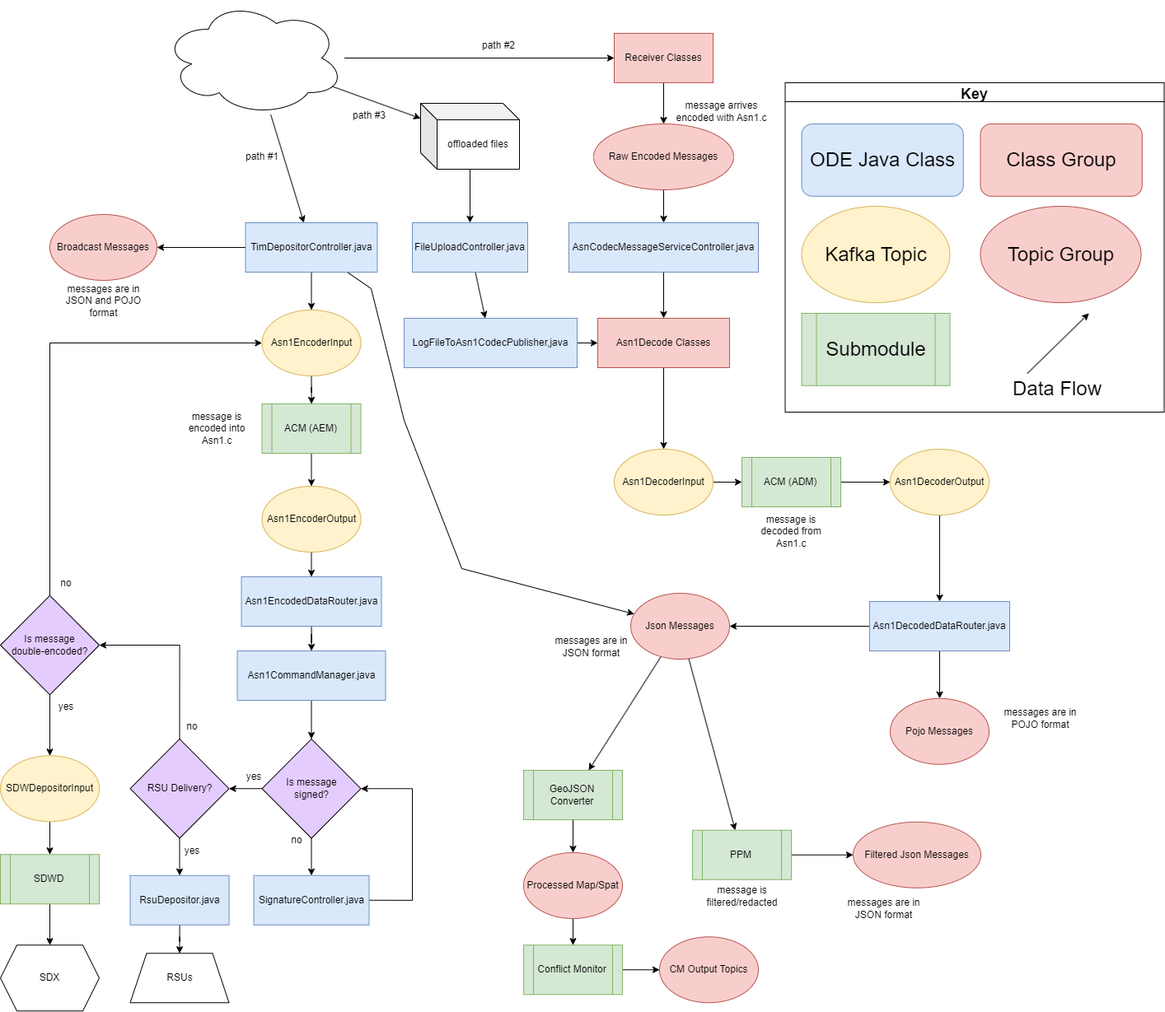
Above: docs/data-flow-diagrams/ODE Data Flow Overview.drawio.png in usdot-jpo-ode/jpo-ode (draw.io), before the change. Source tidied: cells renumbered, new cells last; positions are measured from the earlier drawing's top-left corner, leaving out a move shared by most shapes.
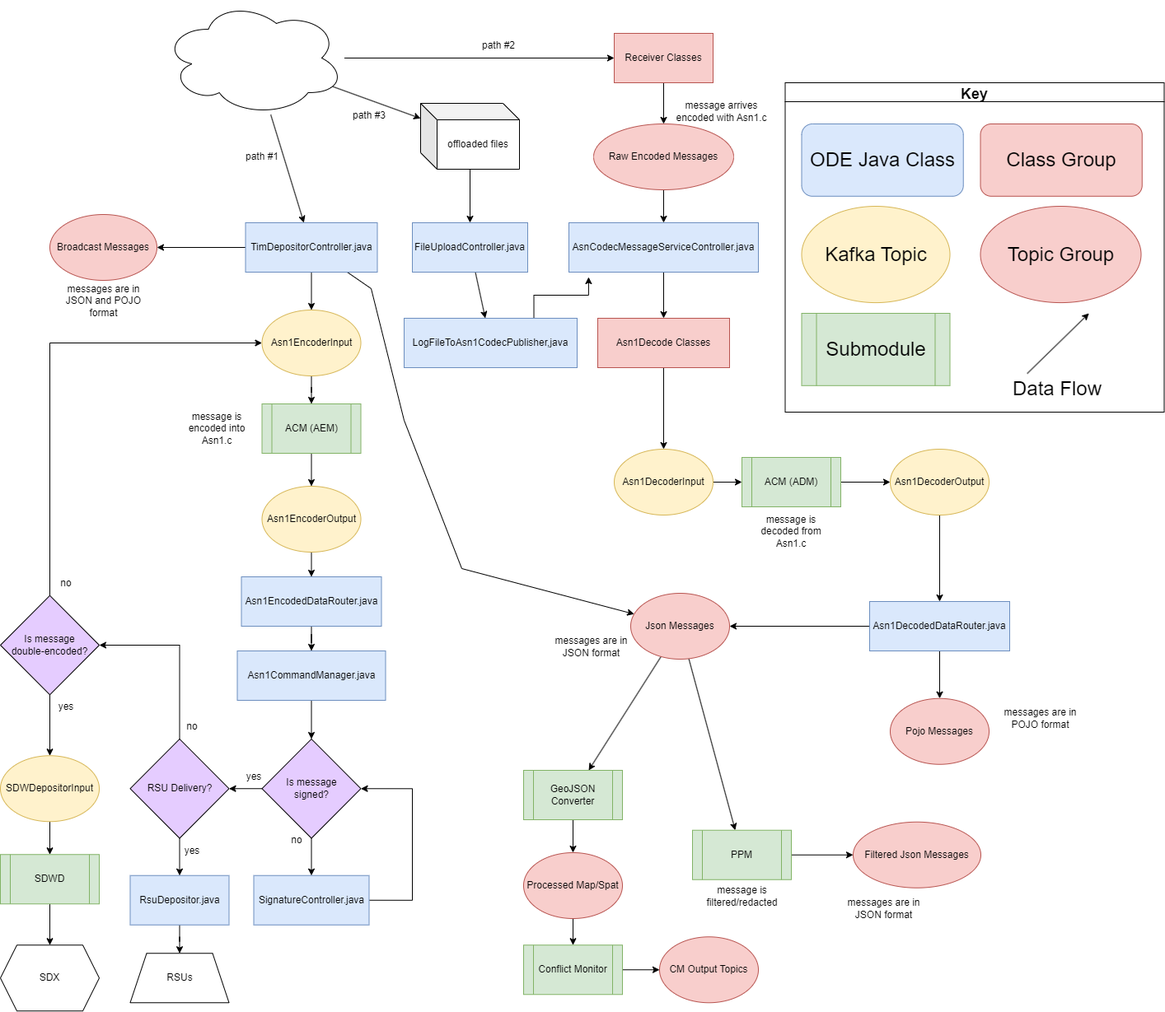
The same file after the commit.

The edit, as a diff of the source:
```diff
@@ -304,9 +304,9 @@
     <mxCell id="97" style="ellipse;shape=cloud;whiteSpace=wrap;html=1;" parent="1" vertex="1">
       <mxGeometry x="197.5" width="220" height="140" as="geometry" />
     </mxCell>
-    <mxCell id="98" style="edgeStyle=orthogonalEdgeStyle;rounded=0;jettySize=auto;html=1;exitX=1;exitY=0.5;exitDx=0;exitDy=0;entryX=0;entryY=0.5;entryDx=0;entryDy=0;" parent="1" edge="1" source="99" target="20">
-      <mxGeometry relative="1" as="geometry" />
-    </mxCell>
+    <mxCell id="103" style="edgeStyle=orthogonalEdgeStyle;rounded=0;jettySize=auto;html=1;exitX=0.75;exitY=0;exitDx=0;exitDy=0;entryX=0.104;entryY=1.1;entryDx=0;entryDy=0;entryPerimeter=0;" parent="1" edge="1" source="99" target="8">
+      <mxGeometry relative="1" as="geometry" />
+    </mxCell>
     <mxCell id="99" value="LogFileToAsn1CodecPublisher,java" style="rounded=0;whiteSpace=wrap;html=1;fillColor=#dae8fc;strokeColor=#6c8ebf;" parent="1" vertex="1">
       <mxGeometry x="490" y="386" width="210" height="60" as="geometry" />
     </mxCell>
```
